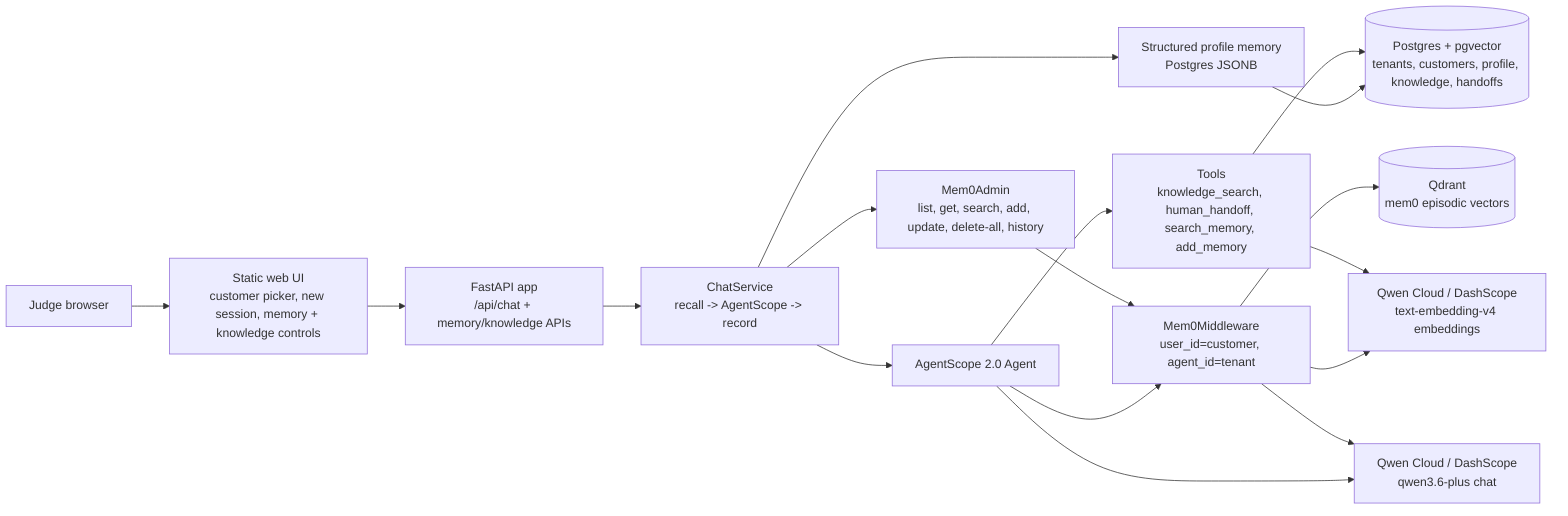
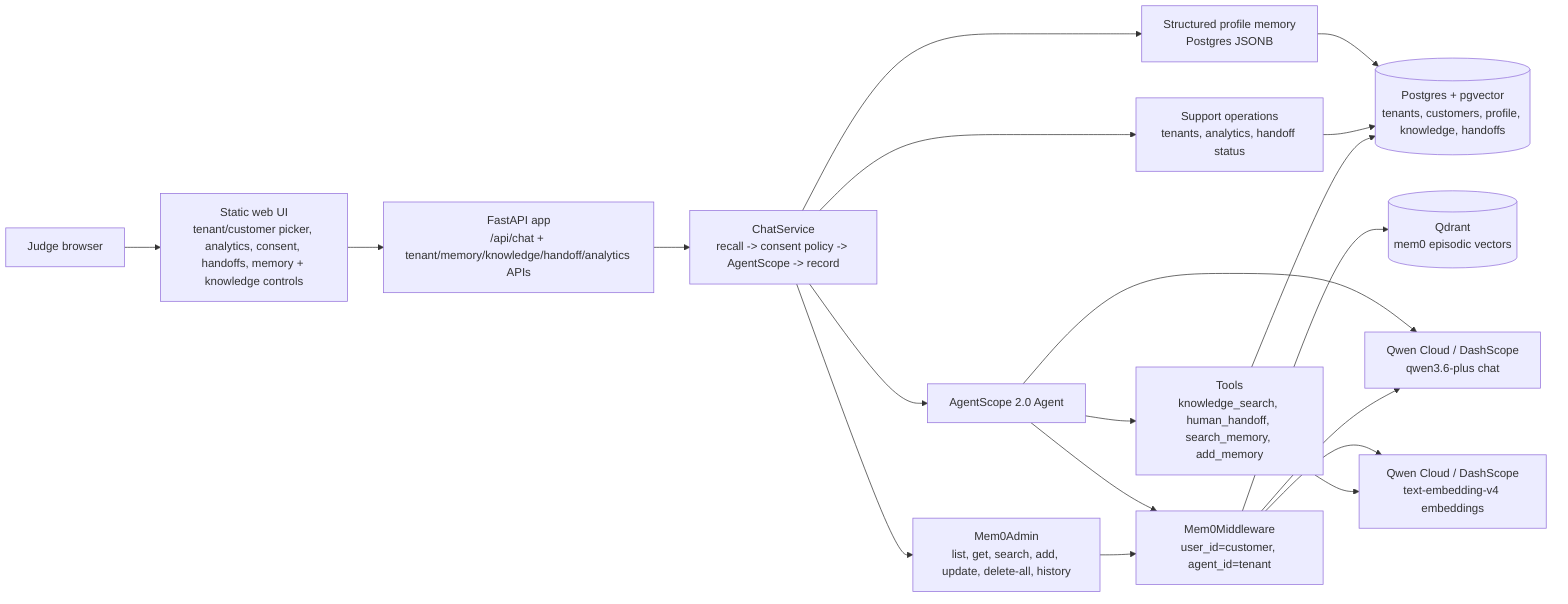
flowchart LR
  Judge["Judge browser"]
-   UI["Static web UI\ncustomer picker, new session, memory + knowledge controls"]
-   API["FastAPI app\n/api/chat + memory/knowledge APIs"]
-   Service["ChatService\nrecall -> AgentScope -> record"]
+   UI["Static web UI\ntenant/customer picker, analytics, consent, handoffs, memory + knowledge controls"]
+   API["FastAPI app\n/api/chat + tenant/memory/knowledge/handoff/analytics APIs"]
+   Service["ChatService\nrecall -> consent policy -> AgentScope -> record"]
  Profile["Structured profile memory\nPostgres JSONB"]
+   Ops["Support operations\ntenants, analytics, handoff status"]
  Agent["AgentScope 2.0 Agent"]
  Mem0["Mem0Middleware\nuser_id=customer, agent_id=tenant"]
  Qdrant[("Qdrant\nmem0 episodic vectors")]
  Mem0Admin["Mem0Admin\nlist, get, search, add, update, delete-all, history"]
  Tools["Tools\nknowledge_search, human_handoff, search_memory, add_memory"]
  PG[("Postgres + pgvector\ntenants, customers, profile, knowledge, handoffs")]
  QwenChat["Qwen Cloud / DashScope\nqwen3.6-plus chat"]
  QwenEmbed["Qwen Cloud / DashScope\ntext-embedding-v4 embeddings"]

  Judge --> UI
  UI --> API
  API --> Service
  Service --> Profile
  Service --> Agent
  Service --> Mem0Admin
+   Service --> Ops
  Profile --> PG
+   Ops --> PG
  Agent --> Mem0
  Mem0Admin --> Mem0
  Mem0 --> Qdrant
  Agent --> Tools
  Agent --> QwenChat
  Mem0 --> QwenChat
  Mem0 --> QwenEmbed
  Tools --> PG
  Tools --> QwenEmbed
